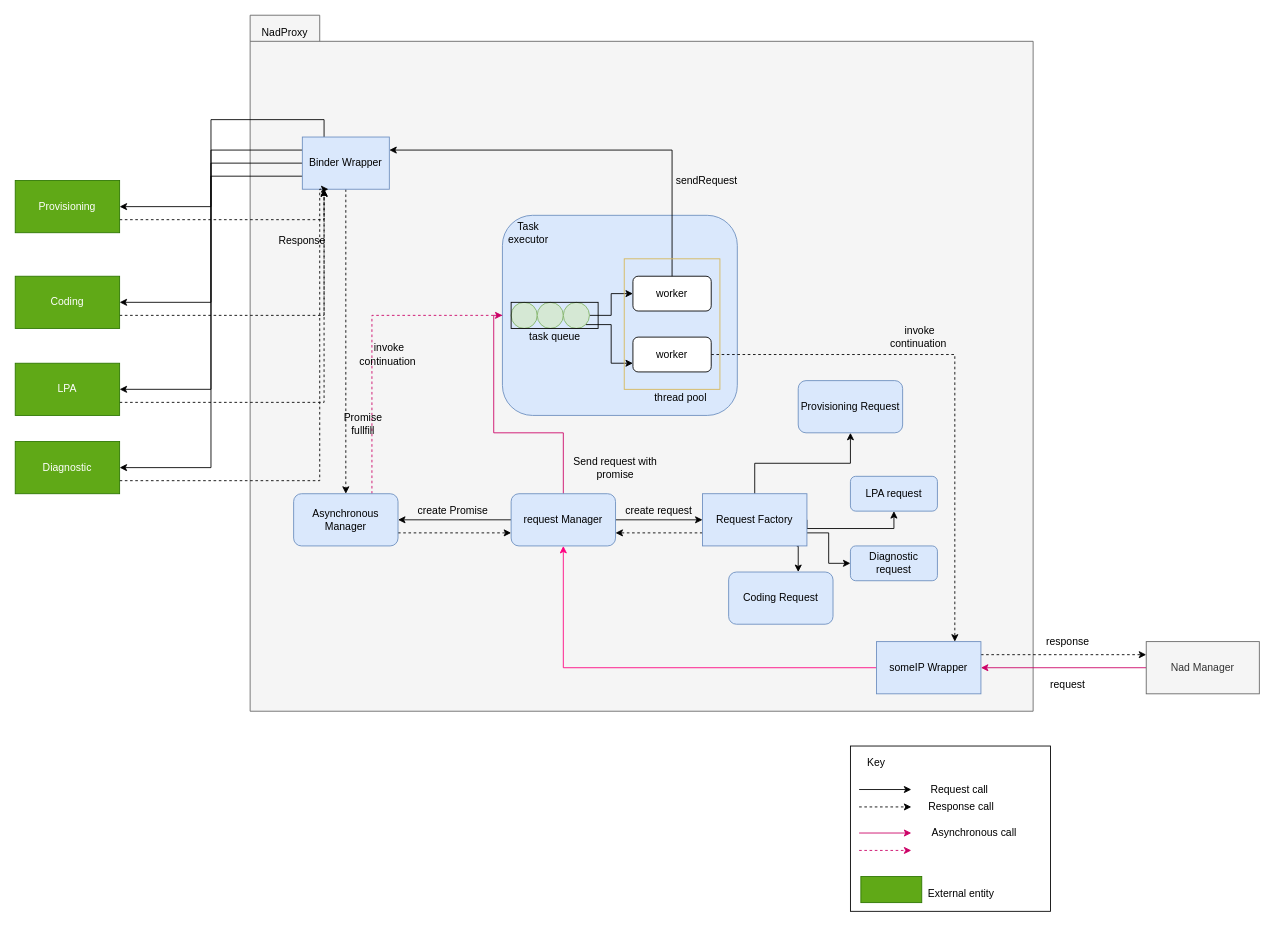
Earlier version of the draw.io diagram page "dynamic_comdiagram" (3 of 6) of doc/SA cert/Design/nadproxy.drawio (taikt/codefun). Source tidied: cells renumbered, new cells numbered last; positions are measured from the earlier drawing's top-left corner, leaving out a move shared by most shapes. Both pictures are drawn from the tidied source at 87%, with x=0, y=0 at pixel (15, 15).
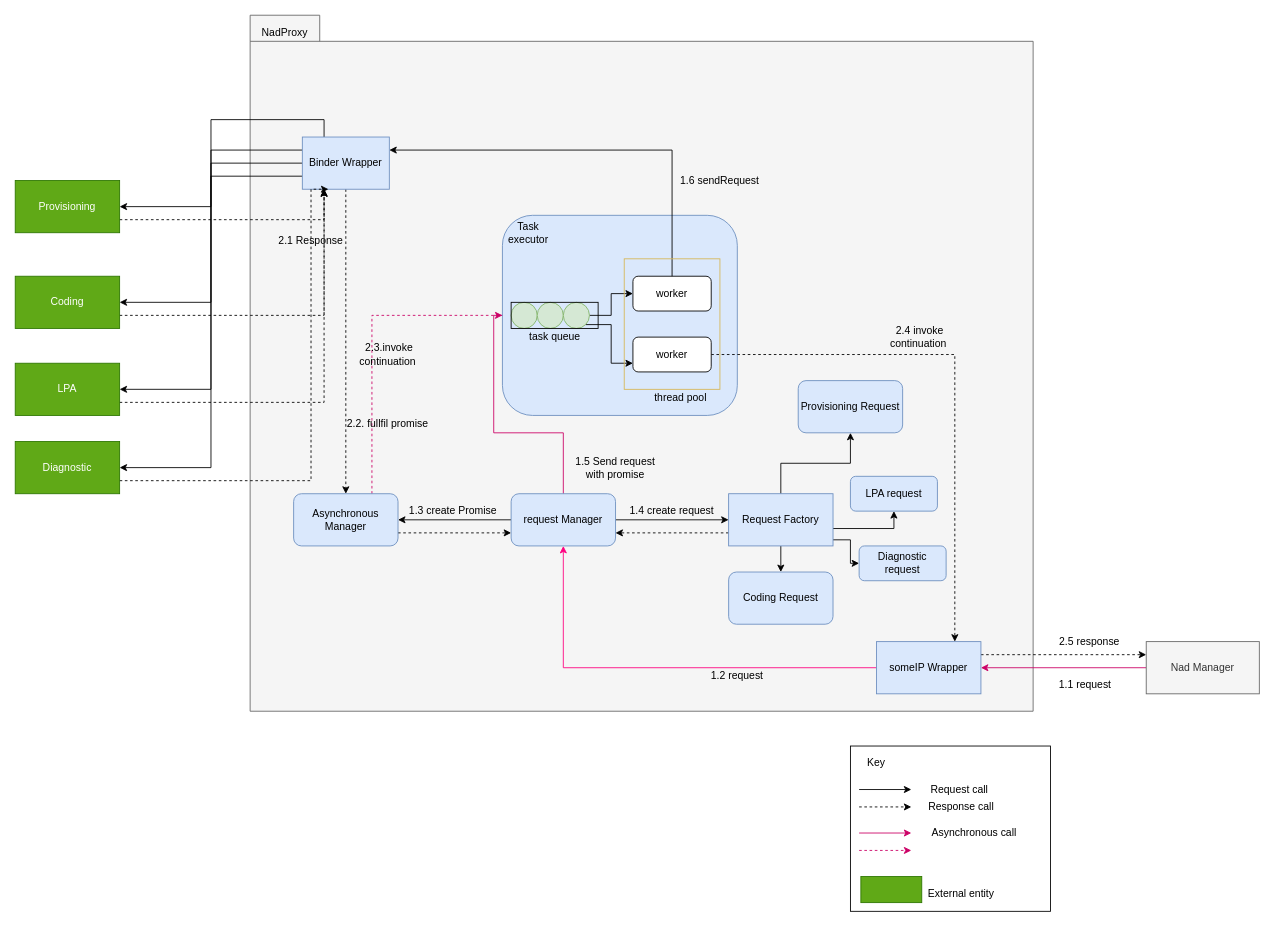
After the change.

The change refers to these unchanged cells:
```xml
<mxCell id="23" value="Coding Request" style="rounded=1;whiteSpace=wrap;html=1;fillColor=#dae8fc;strokeColor=#6c8ebf;" parent="1" vertex="1">
  <mxGeometry x="820" y="640" width="120" height="60" as="geometry" />
</mxCell>
<mxCell id="58" value="Diagnostic" style="rounded=0;whiteSpace=wrap;html=1;fillColor=#60a917;strokeColor=#2D7600;fontColor=#ffffff;" parent="1" vertex="1">
  <mxGeometry y="490" width="120" height="60" as="geometry" />
</mxCell>
```

What changed in the source:
```diff
@@
-    <mxCell id="17" style="edgeStyle=orthogonalEdgeStyle;rounded=0;jettySize=auto;html=1;exitX=0.908;exitY=1.017;exitDx=0;exitDy=0;exitPerimeter=0;" parent="1" edge="1" source="21" target="23">
-      <mxGeometry relative="1" as="geometry">
-        <Array as="points">
-          <mxPoint x="899" y="595" />
-          <mxPoint x="900" y="595" />
-        </Array>
-      </mxGeometry>
-    </mxCell>
@@
-    <mxCell id="20" style="edgeStyle=orthogonalEdgeStyle;rounded=0;jettySize=auto;html=1;exitX=1;exitY=0.75;exitDx=0;exitDy=0;" parent="1" edge="1" source="21" target="59">
+    <mxCell id="20" style="edgeStyle=orthogonalEdgeStyle;rounded=0;jettySize=auto;html=1;exitX=1;exitY=0.883;exitDx=0;exitDy=0;exitPerimeter=0;" parent="1" edge="1" source="21" target="59">
       <mxGeometry relative="1" as="geometry" />
     </mxCell>
+    <mxCell id="17" style="edgeStyle=orthogonalEdgeStyle;rounded=0;jettySize=auto;html=1;exitX=0.5;exitY=1;exitDx=0;exitDy=0;entryX=0.5;entryY=0;entryDx=0;entryDy=0;" parent="1" edge="1" source="21" target="23">
+      <mxGeometry relative="1" as="geometry" />
+    </mxCell>
     <mxCell id="21" value="Request Factory" style="rounded=0;whiteSpace=wrap;html=1;fillColor=#dae8fc;strokeColor=#6c8ebf;" parent="1" vertex="1">
-      <mxGeometry x="790" y="550" width="120" height="60" as="geometry" />
+      <mxGeometry x="820" y="550" width="120" height="60" as="geometry" />
     </mxCell>
@@
-    <mxCell id="38" value="create Promise&amp;nbsp;" style="text;html=1;strokeColor=none;fillColor=none;align=center;verticalAlign=middle;whiteSpace=wrap;rounded=0;" parent="1" vertex="1">
-      <mxGeometry x="460" y="560" width="90" height="20" as="geometry" />
+    <mxCell id="38" value="1.3 create Promise&amp;nbsp;" style="text;html=1;strokeColor=none;fillColor=none;align=center;verticalAlign=middle;whiteSpace=wrap;rounded=0;" parent="1" vertex="1">
+      <mxGeometry x="450" y="560" width="110" height="20" as="geometry" />
     </mxCell>
-    <mxCell id="39" value="Send request with promise" style="text;html=1;strokeColor=none;fillColor=none;align=center;verticalAlign=middle;whiteSpace=wrap;rounded=0;" parent="1" vertex="1">
+    <mxCell id="39" value="1.5 Send request with promise" style="text;html=1;strokeColor=none;fillColor=none;align=center;verticalAlign=middle;whiteSpace=wrap;rounded=0;" parent="1" vertex="1">
       <mxGeometry x="640" y="510" width="100" height="20" as="geometry" />
     </mxCell>
@@
-    <mxCell id="49" value="Promise fullfill" style="text;html=1;strokeColor=none;fillColor=none;align=center;verticalAlign=middle;whiteSpace=wrap;rounded=0;" parent="1" vertex="1">
-      <mxGeometry x="380" y="460" width="40" height="20" as="geometry" />
+    <mxCell id="49" value="2.2. fullfil promise&amp;nbsp;" style="text;html=1;strokeColor=none;fillColor=none;align=center;verticalAlign=middle;whiteSpace=wrap;rounded=0;" parent="1" vertex="1">
+      <mxGeometry x="380" y="460" width="100" height="20" as="geometry" />
     </mxCell>
-    <mxCell id="50" value="Response" style="text;html=1;strokeColor=none;fillColor=none;align=center;verticalAlign=middle;whiteSpace=wrap;rounded=0;" parent="1" vertex="1">
-      <mxGeometry x="310" y="250" width="40" height="20" as="geometry" />
+    <mxCell id="50" value="2.1 Response" style="text;html=1;strokeColor=none;fillColor=none;align=center;verticalAlign=middle;whiteSpace=wrap;rounded=0;" parent="1" vertex="1">
+      <mxGeometry x="300" y="250" width="80" height="20" as="geometry" />
     </mxCell>
-    <mxCell id="51" value="sendRequest" style="text;html=1;strokeColor=none;fillColor=none;align=center;verticalAlign=middle;whiteSpace=wrap;rounded=0;" parent="1" vertex="1">
-      <mxGeometry x="760" y="180" width="70" height="20" as="geometry" />
+    <mxCell id="51" value="1.6 sendRequest" style="text;html=1;strokeColor=none;fillColor=none;align=center;verticalAlign=middle;whiteSpace=wrap;rounded=0;" parent="1" vertex="1">
+      <mxGeometry x="760" y="180" width="100" height="20" as="geometry" />
     </mxCell>
-    <mxCell id="52" value="invoke continuation&amp;nbsp;" style="text;html=1;strokeColor=none;fillColor=none;align=center;verticalAlign=middle;whiteSpace=wrap;rounded=0;" parent="1" vertex="1">
+    <mxCell id="52" value="2.3.invoke continuation&amp;nbsp;" style="text;html=1;strokeColor=none;fillColor=none;align=center;verticalAlign=middle;whiteSpace=wrap;rounded=0;" parent="1" vertex="1">
       <mxGeometry x="410" y="380" width="40" height="20" as="geometry" />
     </mxCell>
-    <mxCell id="53" value="response" style="text;html=1;strokeColor=none;fillColor=none;align=center;verticalAlign=middle;whiteSpace=wrap;rounded=0;" parent="1" vertex="1">
-      <mxGeometry x="1190" y="710" width="40" height="20" as="geometry" />
+    <mxCell id="53" value="2.5 response" style="text;html=1;strokeColor=none;fillColor=none;align=center;verticalAlign=middle;whiteSpace=wrap;rounded=0;" parent="1" vertex="1">
+      <mxGeometry x="1190" y="710" width="90" height="20" as="geometry" />
     </mxCell>
-    <mxCell id="54" value="request" style="text;html=1;strokeColor=none;fillColor=none;align=center;verticalAlign=middle;whiteSpace=wrap;rounded=0;" parent="1" vertex="1">
-      <mxGeometry x="1190" y="760" width="40" height="20" as="geometry" />
+    <mxCell id="54" value="1.1 request" style="text;html=1;strokeColor=none;fillColor=none;align=center;verticalAlign=middle;whiteSpace=wrap;rounded=0;" parent="1" vertex="1">
+      <mxGeometry x="1190" y="760" width="80" height="20" as="geometry" />
     </mxCell>
@@
-    <mxCell id="56" value="invoke continuation&amp;nbsp;" style="text;html=1;strokeColor=none;fillColor=none;align=center;verticalAlign=middle;whiteSpace=wrap;rounded=0;" parent="1" vertex="1">
+    <mxCell id="56" value="2.4 invoke continuation&amp;nbsp;" style="text;html=1;strokeColor=none;fillColor=none;align=center;verticalAlign=middle;whiteSpace=wrap;rounded=0;" parent="1" vertex="1">
       <mxGeometry x="1020" y="360" width="40" height="20" as="geometry" />
     </mxCell>
     <mxCell id="57" style="edgeStyle=orthogonalEdgeStyle;rounded=0;jettySize=auto;html=1;exitX=1;exitY=0.75;exitDx=0;exitDy=0;dashed=1;" parent="1" edge="1" source="58">
       <mxGeometry relative="1" as="geometry">
         <mxPoint x="360" y="200" as="targetPoint" />
         <Array as="points">
-          <mxPoint x="350" y="535" />
-          <mxPoint x="350" y="200" />
+          <mxPoint x="340" y="535" />
+          <mxPoint x="340" y="200" />
         </Array>
       </mxGeometry>
     </mxCell>
@@
     <mxCell id="59" value="Diagnostic request" style="rounded=1;whiteSpace=wrap;html=1;fillColor=#dae8fc;strokeColor=#6c8ebf;" parent="1" vertex="1">
-      <mxGeometry x="960" y="610" width="100" height="40" as="geometry" />
+      <mxGeometry x="970" y="610" width="100" height="40" as="geometry" />
     </mxCell>
@@
-    <mxCell id="65" value="create request" style="text;html=1;strokeColor=none;fillColor=none;align=center;verticalAlign=middle;whiteSpace=wrap;rounded=0;" parent="1" vertex="1">
-      <mxGeometry x="700" y="560" width="80" height="20" as="geometry" />
+    <mxCell id="65" value="1.4 create request" style="text;html=1;strokeColor=none;fillColor=none;align=center;verticalAlign=middle;whiteSpace=wrap;rounded=0;" parent="1" vertex="1">
+      <mxGeometry x="705" y="560" width="100" height="20" as="geometry" />
     </mxCell>
@@
+    <mxCell id="77" value="1.2 request" style="text;html=1;strokeColor=none;fillColor=none;align=center;verticalAlign=middle;whiteSpace=wrap;rounded=0;" parent="1" vertex="1">
+      <mxGeometry x="790" y="750" width="80" height="20" as="geometry" />
+    </mxCell>
```
